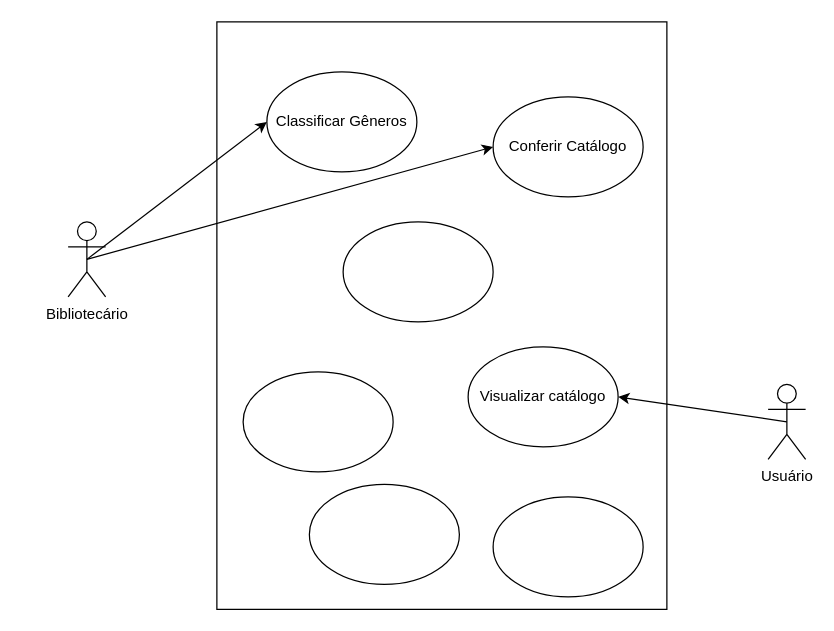
Mendeiros/SAModelagemDeSistemas keeps this draw.io diagram as devolução.drawio. Above is the earlier version. Source tidied: cells renumbered, new cells numbered last; positions are measured from the earlier drawing's top-left corner, leaving out a move shared by most shapes. Both pictures are drawn from the tidied source at 125%, with x=0, y=0 at pixel (68, 21).
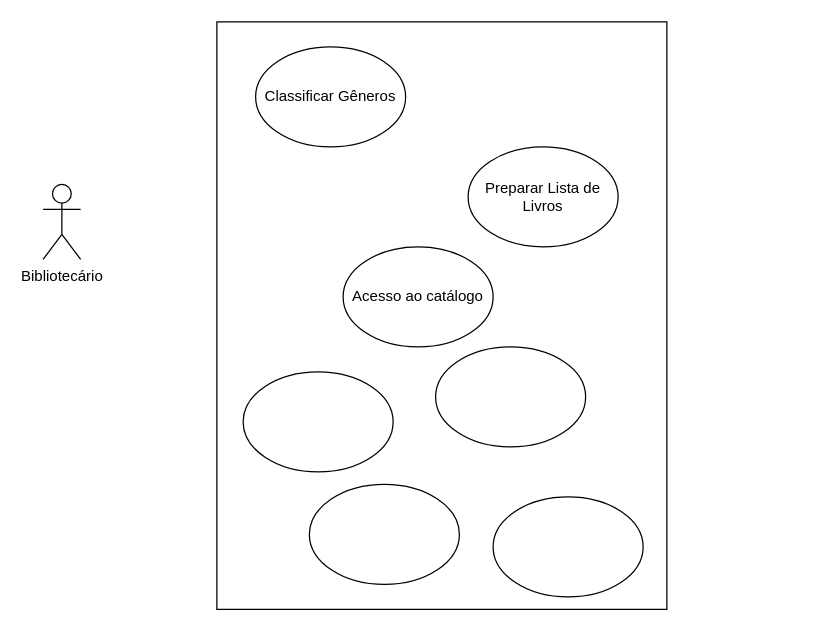
The same diagram, later.

Diff of the diagram source:
```diff
@@
 <mxGraphModel>
   <root>
     <mxCell id="0" />
     <mxCell id="1" parent="0" />
     <mxCell id="2" style="rounded=0;whiteSpace=wrap;html=1;" parent="1" vertex="1">
       <mxGeometry x="119" width="360" height="470" as="geometry" />
     </mxCell>
-    <mxCell id="3" value="Visualizar catálogo" style="ellipse;whiteSpace=wrap;html=1;" parent="1" vertex="1">
-      <mxGeometry x="320" y="260" width="120" height="80" as="geometry" />
+    <mxCell id="3" value="Acesso ao catálogo" style="ellipse;whiteSpace=wrap;html=1;" parent="1" vertex="1">
+      <mxGeometry x="220" y="180" width="120" height="80" as="geometry" />
     </mxCell>
     <mxCell id="4" style="ellipse;whiteSpace=wrap;html=1;" parent="1" vertex="1">
-      <mxGeometry x="220" y="160" width="120" height="80" as="geometry" />
+      <mxGeometry x="294" y="260" width="120" height="80" as="geometry" />
     </mxCell>
     <mxCell id="5" style="ellipse;whiteSpace=wrap;html=1;" parent="1" vertex="1">
       <mxGeometry x="340" y="380" width="120" height="80" as="geometry" />
     </mxCell>
-    <mxCell id="6" value="Conferir Catálogo" style="ellipse;whiteSpace=wrap;html=1;" parent="1" vertex="1">
-      <mxGeometry x="340" y="60" width="120" height="80" as="geometry" />
+    <mxCell id="6" value="Preparar Lista de Livros" style="ellipse;whiteSpace=wrap;html=1;" parent="1" vertex="1">
+      <mxGeometry x="320" y="100" width="120" height="80" as="geometry" />
     </mxCell>
     <mxCell id="7" value="Classificar Gêneros" style="ellipse;whiteSpace=wrap;html=1;" parent="1" vertex="1">
-      <mxGeometry x="159" y="40" width="120" height="80" as="geometry" />
+      <mxGeometry x="150" y="20" width="120" height="80" as="geometry" />
     </mxCell>
     <mxCell id="8" style="ellipse;whiteSpace=wrap;html=1;" parent="1" vertex="1">
       <mxGeometry x="140" y="280" width="120" height="80" as="geometry" />
     </mxCell>
     <mxCell id="9" style="ellipse;whiteSpace=wrap;html=1;" parent="1" vertex="1">
       <mxGeometry x="193" y="370" width="120" height="80" as="geometry" />
     </mxCell>
-    <mxCell id="10" style="rounded=0;jettySize=auto;html=1;exitX=0.5;exitY=0.5;exitDx=0;exitDy=0;exitPerimeter=0;entryX=1;entryY=0.5;entryDx=0;entryDy=0;curved=0;strokeColor=default;" parent="1" edge="1" source="11" target="3">
-      <mxGeometry relative="1" as="geometry" />
-    </mxCell>
-    <mxCell id="11" value="Usuário" style="shape=umlActor;verticalLabelPosition=bottom;verticalAlign=top;html=1;outlineConnect=0;" parent="1" vertex="1">
-      <mxGeometry x="560" y="290" width="30" height="60" as="geometry" />
-    </mxCell>
-    <mxCell id="12" style="rounded=0;jettySize=auto;html=1;exitX=0.5;exitY=0.5;exitDx=0;exitDy=0;exitPerimeter=0;entryX=0;entryY=0.5;entryDx=0;entryDy=0;" parent="1" edge="1" source="14" target="7">
-      <mxGeometry relative="1" as="geometry" />
-    </mxCell>
-    <mxCell id="13" style="rounded=0;jettySize=auto;html=1;exitX=0.5;exitY=0.5;exitDx=0;exitDy=0;exitPerimeter=0;entryX=0;entryY=0.5;entryDx=0;entryDy=0;" parent="1" edge="1" source="14" target="6">
-      <mxGeometry relative="1" as="geometry" />
-    </mxCell>
     <mxCell id="14" value="Bibliotecário" style="shape=umlActor;verticalLabelPosition=bottom;verticalAlign=top;html=1;outlineConnect=0;" parent="1" vertex="1">
-      <mxGeometry y="160" width="30" height="60" as="geometry" />
+      <mxGeometry x="-20" y="130" width="30" height="60" as="geometry" />
     </mxCell>
   </root>
 </mxGraphModel>
```
